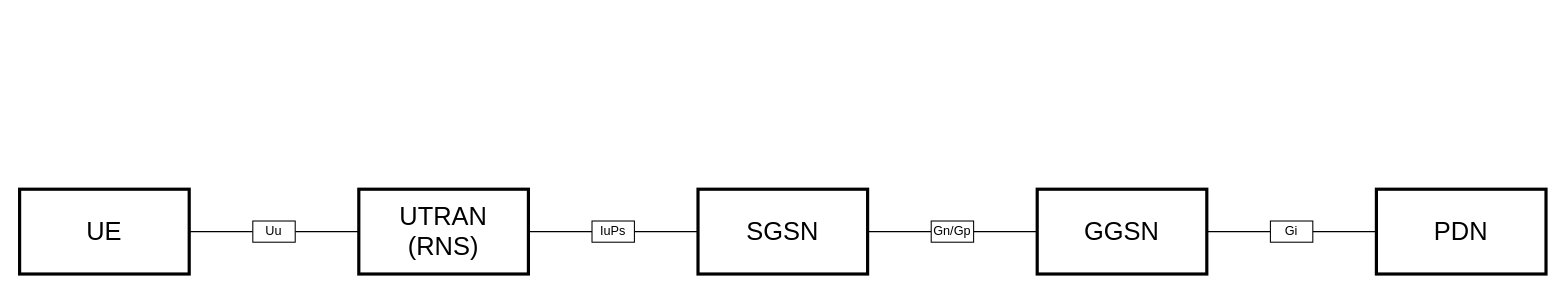
Earlier version of the draw.io diagram page "gprs-architecture" (3 of 3) of drawio/core-network.drawio (amirsarebani81/core-network). Source tidied: cells renumbered, new cells numbered last; positions are measured from the earlier drawing's top-left corner, leaving out a move shared by most shapes. Both pictures are drawn from the tidied source at 106%, with x=0, y=0 at pixel (19, 189).
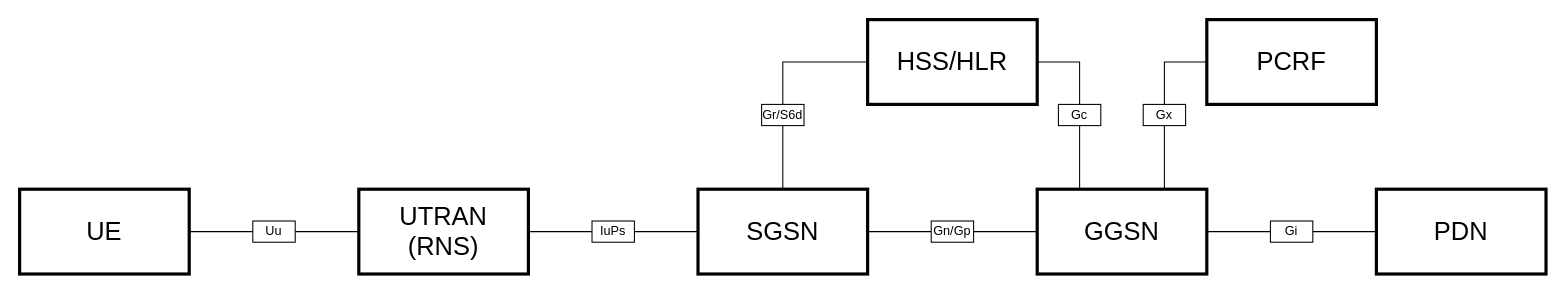
The same page after the edit.

Commit message (it also covers changes not shown here):
Update GPRS architecture

Unchanged cells that the change refers to:
```xml
<mxCell id="7" value="SGSN" style="rounded=0;whiteSpace=wrap;html=1;fontFamily=Helvetica;fontSize=24;strokeWidth=3;convertToSvg=1;svgWhiteSpace=wrap;" parent="1" vertex="1">
  <mxGeometry x="640" width="160" height="80" as="geometry" />
</mxCell>
<mxCell id="9" value="GGSN" style="rounded=0;whiteSpace=wrap;html=1;fontFamily=Helvetica;fontSize=24;strokeWidth=3;convertToSvg=1;svgWhiteSpace=wrap;" parent="1" vertex="1">
  <mxGeometry x="960" width="160" height="80" as="geometry" />
</mxCell>
```

Diff of the diagram source:
```diff
@@
+    <mxCell id="19" style="edgeStyle=orthogonalEdgeStyle;rounded=0;jettySize=auto;html=1;exitX=0.5;exitY=0;exitDx=0;exitDy=0;entryX=0.5;entryY=1;entryDx=0;entryDy=0;endArrow=none;endFill=0;" parent="1" edge="1" source="7" target="24">
+      <mxGeometry relative="1" as="geometry" />
+    </mxCell>
@@
+    <mxCell id="20" style="edgeStyle=orthogonalEdgeStyle;rounded=0;jettySize=auto;html=1;exitX=0.25;exitY=0;exitDx=0;exitDy=0;entryX=0.5;entryY=1;entryDx=0;entryDy=0;endArrow=none;endFill=0;" parent="1" edge="1" source="9" target="26">
+      <mxGeometry relative="1" as="geometry">
+        <Array as="points">
+          <mxPoint x="1000" y="-60" />
+        </Array>
+      </mxGeometry>
+    </mxCell>
+    <mxCell id="21" style="edgeStyle=orthogonalEdgeStyle;rounded=0;jettySize=auto;html=1;exitX=0.75;exitY=0;exitDx=0;exitDy=0;entryX=0.5;entryY=1;entryDx=0;entryDy=0;endArrow=none;endFill=0;" parent="1" edge="1" source="9" target="29">
+      <mxGeometry relative="1" as="geometry" />
+    </mxCell>
@@
+    <mxCell id="22" value="HSS/HLR" style="rounded=0;whiteSpace=wrap;html=1;fontFamily=Helvetica;fontSize=24;strokeWidth=3;convertToSvg=1;svgWhiteSpace=wrap;" parent="1" vertex="1">
+      <mxGeometry x="800" y="-160" width="160" height="80" as="geometry" />
+    </mxCell>
+    <mxCell id="23" style="edgeStyle=orthogonalEdgeStyle;rounded=0;jettySize=auto;html=1;exitX=0.5;exitY=0;exitDx=0;exitDy=0;entryX=0;entryY=0.5;entryDx=0;entryDy=0;endArrow=none;endFill=0;" parent="1" edge="1" source="24" target="22">
+      <mxGeometry relative="1" as="geometry" />
+    </mxCell>
+    <mxCell id="24" value="Gr/S6d" style="rounded=0;whiteSpace=wrap;html=1;fontSize=12;strokeWidth=1;convertToSvg=1;svgWhiteSpace=wrap;" parent="1" vertex="1">
+      <mxGeometry x="700" y="-80" width="40" height="20" as="geometry" />
+    </mxCell>
+    <mxCell id="25" style="edgeStyle=orthogonalEdgeStyle;rounded=0;jettySize=auto;html=1;exitX=0.5;exitY=0;exitDx=0;exitDy=0;entryX=1;entryY=0.5;entryDx=0;entryDy=0;endArrow=none;endFill=0;" parent="1" edge="1" source="26" target="22">
+      <mxGeometry relative="1" as="geometry">
+        <Array as="points">
+          <mxPoint x="1000" y="-120" />
+        </Array>
+      </mxGeometry>
+    </mxCell>
+    <mxCell id="26" value="Gc" style="rounded=0;whiteSpace=wrap;html=1;fontSize=12;strokeWidth=1;convertToSvg=1;svgWhiteSpace=wrap;" parent="1" vertex="1">
+      <mxGeometry x="980" y="-80" width="40" height="20" as="geometry" />
+    </mxCell>
+    <mxCell id="27" value="PCRF" style="rounded=0;whiteSpace=wrap;html=1;fontFamily=Helvetica;fontSize=24;strokeWidth=3;convertToSvg=1;svgWhiteSpace=wrap;" parent="1" vertex="1">
+      <mxGeometry x="1120" y="-160" width="160" height="80" as="geometry" />
+    </mxCell>
+    <mxCell id="28" style="edgeStyle=orthogonalEdgeStyle;rounded=0;jettySize=auto;html=1;exitX=0.5;exitY=0;exitDx=0;exitDy=0;entryX=0;entryY=0.5;entryDx=0;entryDy=0;endArrow=none;endFill=0;" parent="1" edge="1" source="29" target="27">
+      <mxGeometry relative="1" as="geometry" />
+    </mxCell>
+    <mxCell id="29" value="Gx" style="rounded=0;whiteSpace=wrap;html=1;fontSize=12;strokeWidth=1;convertToSvg=1;svgWhiteSpace=wrap;" parent="1" vertex="1">
+      <mxGeometry x="1060" y="-80" width="40" height="20" as="geometry" />
+    </mxCell>
```
